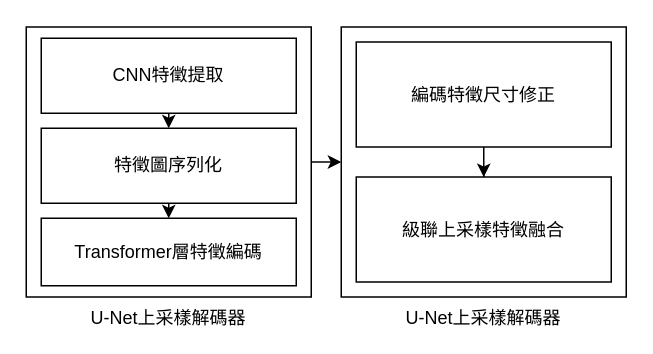
The draw.io diagram page "第 1 页" (1 of 3) of 未命名绘图.drawio in GPL1024/BigNews, before the edit. Source tidied: cells renumbered, new cells numbered last; positions are measured from the earlier drawing's top-left corner, leaving out a move shared by most shapes. Both pictures are drawn from the tidied source at 150%, with x=0, y=0 at pixel (26, 26).
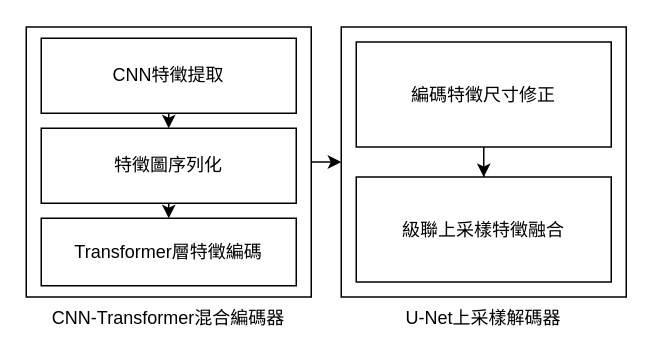
The same page after the edit.

Commit message:
更新未命名绘图.drawio

Change to the diagram source:
```diff
@@
 <mxGraphModel>
   <root>
     <mxCell id="0" />
     <mxCell id="1" parent="0" />
-    <mxCell id="2" value="U-Net上采樣解碼器" style="rounded=0;whiteSpace=wrap;html=1;fillColor=none;align=center;labelPosition=center;verticalLabelPosition=bottom;verticalAlign=top;" parent="1" vertex="1">
+    <mxCell id="2" value="CNN-Transformer混合編碼器" style="rounded=0;whiteSpace=wrap;html=1;fillColor=none;align=center;labelPosition=center;verticalLabelPosition=bottom;verticalAlign=top;" parent="1" vertex="1">
       <mxGeometry y="0.5" width="190" height="180" as="geometry" />
     </mxCell>
     <mxCell id="3" value="U-Net上采樣解碼器" style="rounded=0;whiteSpace=wrap;html=1;fillColor=none;align=center;labelPosition=center;verticalLabelPosition=bottom;verticalAlign=top;" parent="1" vertex="1">
       <mxGeometry x="210" y="0.5" width="190" height="180" as="geometry" />
     </mxCell>
     <mxCell id="4" style="edgeStyle=orthogonalEdgeStyle;rounded=0;jettySize=auto;html=1;exitX=0.5;exitY=1;exitDx=0;exitDy=0;entryX=0.5;entryY=0;entryDx=0;entryDy=0;" parent="1" edge="1" source="5" target="8">
       <mxGeometry relative="1" as="geometry" />
     </mxCell>
     <mxCell id="5" value="CNN特徵提取" style="rounded=0;whiteSpace=wrap;html=1;" parent="1" vertex="1">
       <mxGeometry x="10" y="8" width="170" height="50" as="geometry" />
     </mxCell>
     <mxCell id="6" value="級聯上采樣特徵融合" style="rounded=0;whiteSpace=wrap;html=1;" parent="1" vertex="1">
       <mxGeometry x="220" y="100.5" width="170" height="70" as="geometry" />
     </mxCell>
     <mxCell id="7" style="edgeStyle=orthogonalEdgeStyle;rounded=0;jettySize=auto;html=1;exitX=0.5;exitY=1;exitDx=0;exitDy=0;entryX=0.5;entryY=0;entryDx=0;entryDy=0;" parent="1" edge="1" source="8" target="9">
       <mxGeometry relative="1" as="geometry" />
     </mxCell>
     <mxCell id="8" value="特徵圖序列化" style="rounded=0;whiteSpace=wrap;html=1;" parent="1" vertex="1">
       <mxGeometry x="10" y="68" width="170" height="50" as="geometry" />
     </mxCell>
     <mxCell id="9" value="Transformer層特徵編碼" style="rounded=0;whiteSpace=wrap;html=1;" parent="1" vertex="1">
       <mxGeometry x="10" y="128" width="170" height="45" as="geometry" />
     </mxCell>
     <mxCell id="10" style="edgeStyle=orthogonalEdgeStyle;rounded=0;jettySize=auto;html=1;entryX=0.5;entryY=0;entryDx=0;entryDy=0;" parent="1" edge="1" source="11" target="6">
       <mxGeometry relative="1" as="geometry" />
     </mxCell>
     <mxCell id="11" value="編碼特徵尺寸修正" style="rounded=0;whiteSpace=wrap;html=1;" parent="1" vertex="1">
       <mxGeometry x="220" y="10.5" width="170" height="70" as="geometry" />
     </mxCell>
     <mxCell id="12" style="edgeStyle=orthogonalEdgeStyle;rounded=0;jettySize=auto;html=1;exitX=1;exitY=0.5;exitDx=0;exitDy=0;entryX=0;entryY=0.5;entryDx=0;entryDy=0;" parent="1" edge="1" target="3">
       <mxGeometry relative="1" as="geometry">
         <mxPoint x="190" y="90.5" as="sourcePoint" />
       </mxGeometry>
     </mxCell>
   </root>
 </mxGraphModel>
```
